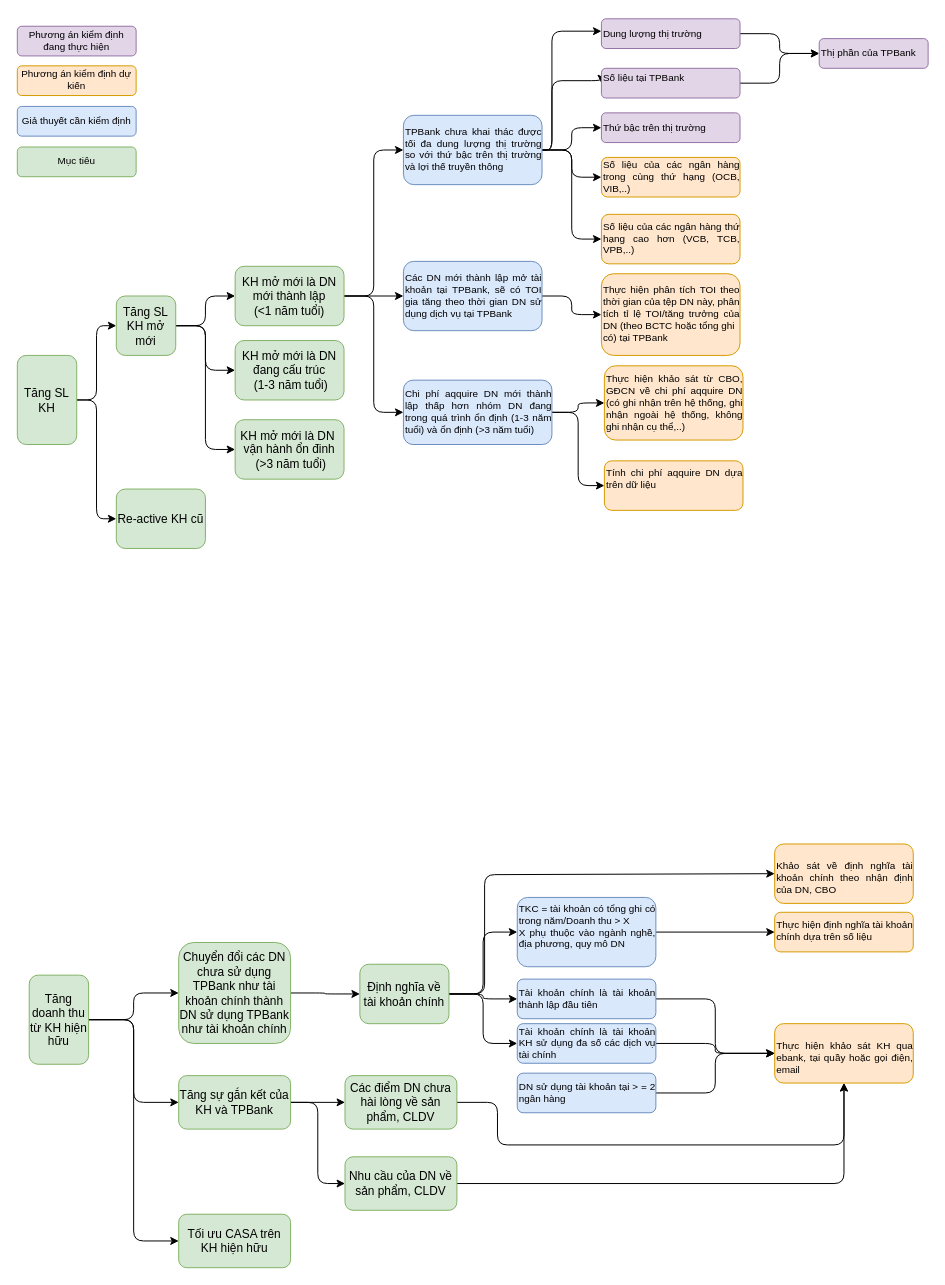
Above: tree map.drawio in ddv245/applied-data-science-cap-stone (draw.io), before the change. Source tidied: cells renumbered, new cells numbered last; positions are measured from the earlier drawing's top-left corner, leaving out a move shared by most shapes. Both pictures are drawn from the tidied source at 99%, with x=0, y=0 at pixel (17, 18).
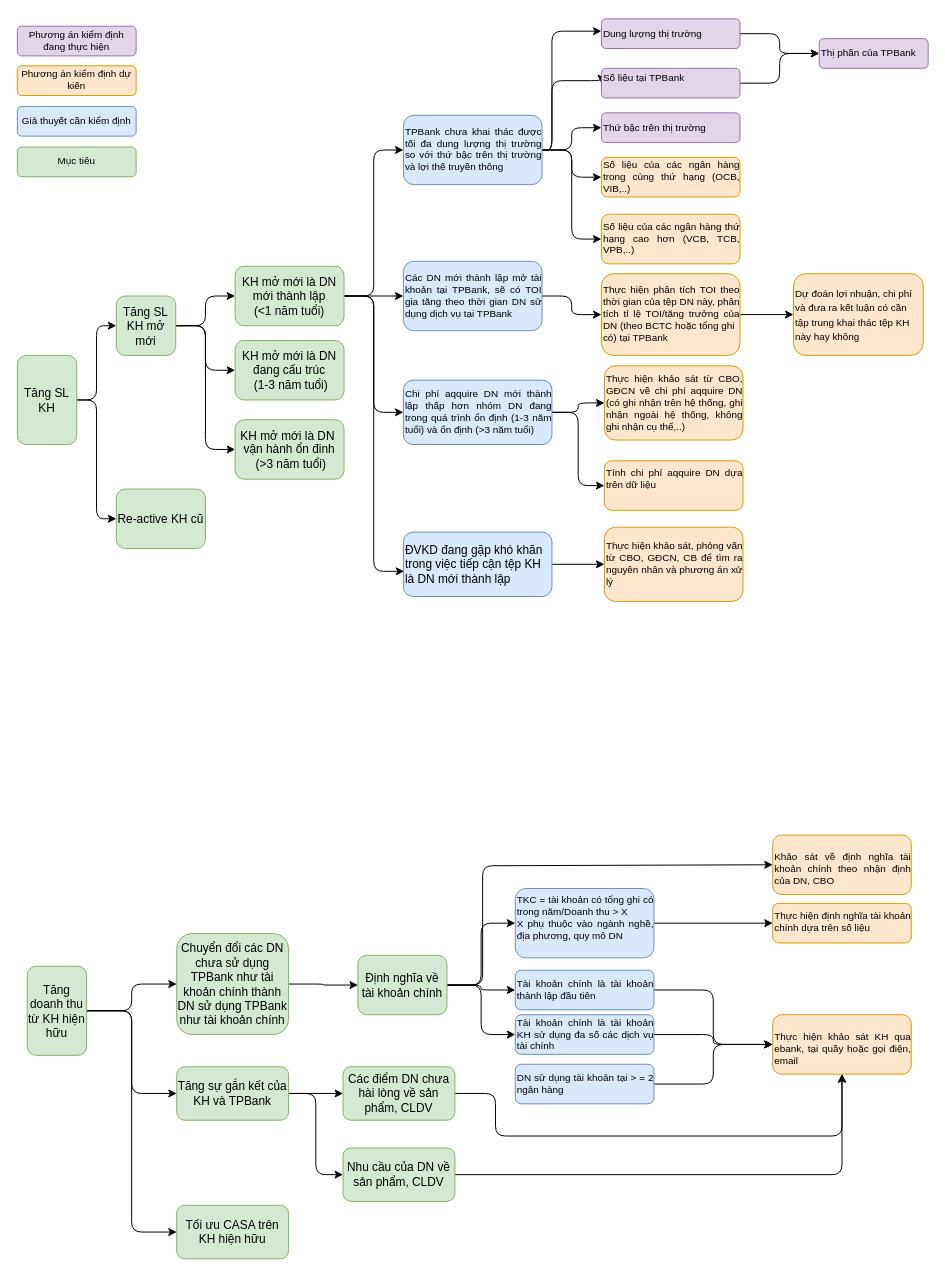
The same page after the edit.

Unchanged cells that the change refers to:
```xml
<mxCell id="13" value="&lt;p style=&quot;margin-top: 0pt; margin-bottom: 0pt; margin-left: 0in; direction: ltr; unicode-bidi: embed; word-break: normal; font-size: 10px;&quot;&gt;&lt;/p&gt;&lt;div style=&quot;text-align: justify; font-size: 10px;&quot;&gt;&lt;p&gt;Thực hiện phân tích TOI theo thời gian của tệp DN này, phân tích tỉ lệ TOI/tăng trưởng của DN (theo BCTC hoặc tổng ghi&lt;br&gt;có) tại TPBank&lt;/p&gt;&lt;/div&gt;&lt;p&gt;&lt;/p&gt;" style="rounded=1;whiteSpace=wrap;html=1;fillColor=#ffe6cc;strokeColor=#d79b00;align=left;verticalAlign=middle;" parent="1" vertex="1">
  <mxGeometry x="590" y="258" width="140" height="82.5" as="geometry" />
</mxCell>
<mxCell id="54" value="KH mở mới là DN mới thành lập &lt;br&gt;(&amp;lt;1 năm tuổi)" style="rounded=1;whiteSpace=wrap;html=1;fillColor=#d5e8d4;strokeColor=#82b366;" parent="1" vertex="1">
  <mxGeometry x="220" y="250.5" width="110" height="60" as="geometry" />
</mxCell>
```

What changed in the source:
```diff
@@
     <mxCell id="5" style="edgeStyle=orthogonalEdgeStyle;rounded=1;jettySize=auto;html=1;entryX=0;entryY=0.5;entryDx=0;entryDy=0;exitX=1;exitY=0.5;exitDx=0;exitDy=0;" parent="1" edge="1" source="6" target="10">
       <mxGeometry relative="1" as="geometry">
         <Array as="points">
-          <mxPoint x="472" y="986" />
-          <mxPoint x="472" y="865" />
+          <mxPoint x="470" y="977" />
+          <mxPoint x="470" y="856" />
         </Array>
       </mxGeometry>
     </mxCell>
     <mxCell id="6" value="&lt;p style=&quot;margin-top: 0pt; margin-bottom: 0pt; margin-left: 0in; direction: ltr; unicode-bidi: embed; word-break: normal;&quot;&gt;Định nghĩa về tài khoản chính&lt;/p&gt;" style="rounded=1;whiteSpace=wrap;html=1;fillColor=#d5e8d4;strokeColor=#82b366;" parent="1" vertex="1">
-      <mxGeometry x="346" y="955.5" width="90" height="60" as="geometry" />
+      <mxGeometry x="344" y="946.5" width="90" height="60" as="geometry" />
     </mxCell>
@@
     <mxCell id="8" value="&lt;p style=&quot;margin-top: 0pt; margin-bottom: 0pt; margin-left: 0in; direction: ltr; unicode-bidi: embed; word-break: normal; font-size: 10px;&quot;&gt;&lt;/p&gt;&lt;div style=&quot;text-align: justify; font-size: 10px;&quot;&gt;&lt;span style=&quot;background-color: initial;&quot;&gt;&lt;font style=&quot;font-size: 10px;&quot;&gt;TKC = tài khoản có tổng ghi có trong&amp;nbsp;&lt;/font&gt;&lt;/span&gt;&lt;span style=&quot;background-color: initial;&quot;&gt;năm/Doanh thu &amp;gt; X&lt;/span&gt;&lt;/div&gt;&lt;font style=&quot;font-size: 10px;&quot;&gt;&lt;div style=&quot;text-align: justify;&quot;&gt;&lt;span style=&quot;background-color: initial; font-family: Arial;&quot;&gt;X phụ thuộc vào ngành nghề, địa phương,&amp;nbsp;&lt;/span&gt;&lt;span style=&quot;background-color: initial; font-family: Arial;&quot;&gt;quy mô DN&lt;/span&gt;&lt;/div&gt;&lt;/font&gt;&lt;p&gt;&lt;/p&gt;" style="rounded=1;whiteSpace=wrap;html=1;fillColor=#dae8fc;strokeColor=#6c8ebf;align=left;verticalAlign=middle;" parent="1" vertex="1">
-      <mxGeometry x="505" y="888" width="140" height="70" as="geometry" />
+      <mxGeometry x="503" y="879" width="140" height="70" as="geometry" />
     </mxCell>
     <mxCell id="9" value="&lt;p style=&quot;margin-top: 0pt; margin-bottom: 0pt; margin-left: 0in; direction: ltr; unicode-bidi: embed; word-break: normal; font-size: 10px;&quot;&gt;&lt;/p&gt;&lt;div style=&quot;text-align: justify; font-size: 10px;&quot;&gt;&lt;div&gt;Thực hiện định nghĩa tài khoản chính dựa trên số liệu&lt;/div&gt;&lt;/div&gt;&lt;p&gt;&lt;/p&gt;" style="rounded=1;whiteSpace=wrap;html=1;fillColor=#ffe6cc;strokeColor=#d79b00;align=left;verticalAlign=top;horizontal=1;" parent="1" vertex="1">
-      <mxGeometry x="765" y="903" width="140" height="40" as="geometry" />
+      <mxGeometry x="763" y="894" width="140" height="40" as="geometry" />
     </mxCell>
     <mxCell id="10" value="&lt;p style=&quot;margin-top: 0pt; margin-bottom: 0pt; margin-left: 0in; direction: ltr; unicode-bidi: embed; word-break: normal; font-size: 10px;&quot;&gt;&lt;/p&gt;&lt;div style=&quot;text-align: justify; font-size: 10px;&quot;&gt;&lt;p&gt;Khảo sát về định nghĩa tài khoản chính theo nhận định của DN, CBO&lt;/p&gt;&lt;/div&gt;&lt;p&gt;&lt;/p&gt;" style="rounded=1;whiteSpace=wrap;html=1;fillColor=#ffe6cc;strokeColor=#d79b00;align=left;verticalAlign=top;horizontal=1;" parent="1" vertex="1">
-      <mxGeometry x="765" y="834" width="140" height="60" as="geometry" />
+      <mxGeometry x="763" y="825" width="140" height="60" as="geometry" />
     </mxCell>
@@
+    <mxCell id="72" style="edgeStyle=orthogonalEdgeStyle;rounded=1;jettySize=auto;html=1;" parent="1" edge="1" source="13" target="74">
+      <mxGeometry relative="1" as="geometry" />
+    </mxCell>
@@
     <mxCell id="28" value="&lt;p style=&quot;margin-top: 0pt; margin-bottom: 0pt; margin-left: 0in; direction: ltr; unicode-bidi: embed; word-break: normal; font-size: 10px;&quot;&gt;&lt;/p&gt;&lt;div style=&quot;text-align: justify; font-size: 10px;&quot;&gt;&lt;p&gt;Tài khoản chính là tài khoản thành lập đầu tiên&lt;/p&gt;&lt;/div&gt;&lt;p&gt;&lt;/p&gt;" style="rounded=1;whiteSpace=wrap;html=1;fillColor=#dae8fc;strokeColor=#6c8ebf;align=left;verticalAlign=middle;" parent="1" vertex="1">
-      <mxGeometry x="505" y="970.5" width="140" height="40" as="geometry" />
+      <mxGeometry x="503" y="961.5" width="140" height="40" as="geometry" />
     </mxCell>
@@
     <mxCell id="30" value="&lt;p style=&quot;margin-top: 0pt; margin-bottom: 0pt; margin-left: 0in; direction: ltr; unicode-bidi: embed; word-break: normal; font-size: 10px;&quot;&gt;&lt;/p&gt;&lt;div style=&quot;text-align: justify; font-size: 10px;&quot;&gt;&lt;p&gt;DN sử dụng tài khoản tại &amp;gt; = 2 ngân hàng&lt;/p&gt;&lt;/div&gt;&lt;p&gt;&lt;/p&gt;" style="rounded=1;whiteSpace=wrap;html=1;fillColor=#dae8fc;strokeColor=#6c8ebf;align=left;verticalAlign=middle;" parent="1" vertex="1">
-      <mxGeometry x="505" y="1065.5" width="140" height="40" as="geometry" />
+      <mxGeometry x="503" y="1056.5" width="140" height="40" as="geometry" />
     </mxCell>
@@
     <mxCell id="32" value="&lt;p style=&quot;margin-top: 0pt; margin-bottom: 0pt; margin-left: 0in; direction: ltr; unicode-bidi: embed; word-break: normal; font-size: 10px;&quot;&gt;&lt;/p&gt;&lt;div style=&quot;text-align: justify; font-size: 10px;&quot;&gt;&lt;p&gt;Tài khoản chính là tài khoản KH sử dụng đa số các dịch vụ tài chính&lt;/p&gt;&lt;/div&gt;&lt;p&gt;&lt;/p&gt;" style="rounded=1;whiteSpace=wrap;html=1;fillColor=#dae8fc;strokeColor=#6c8ebf;align=left;verticalAlign=middle;" parent="1" vertex="1">
-      <mxGeometry x="505" y="1015.5" width="140" height="40" as="geometry" />
+      <mxGeometry x="503" y="1006.5" width="140" height="40" as="geometry" />
     </mxCell>
     <mxCell id="33" value="&lt;p style=&quot;margin-top: 0pt; margin-bottom: 0pt; margin-left: 0in; direction: ltr; unicode-bidi: embed; word-break: normal; font-size: 10px;&quot;&gt;&lt;/p&gt;&lt;div style=&quot;text-align: justify; font-size: 10px;&quot;&gt;&lt;p&gt;Thực hiện khảo sát KH qua ebank, tại quầy hoặc gọi điện, email&lt;/p&gt;&lt;/div&gt;&lt;p&gt;&lt;/p&gt;" style="rounded=1;whiteSpace=wrap;html=1;fillColor=#ffe6cc;strokeColor=#d79b00;align=left;verticalAlign=top;horizontal=1;" parent="1" vertex="1">
-      <mxGeometry x="765" y="1015.5" width="140" height="60" as="geometry" />
+      <mxGeometry x="763" y="1006.5" width="140" height="60" as="geometry" />
     </mxCell>
@@
+    <mxCell id="73" style="edgeStyle=orthogonalEdgeStyle;rounded=1;jettySize=auto;html=1;entryX=0.005;entryY=0.609;entryDx=0;entryDy=0;entryPerimeter=0;" parent="1" edge="1" source="54" target="76">
+      <mxGeometry relative="1" as="geometry" />
+    </mxCell>
@@
     <mxCell id="61" value="&lt;p style=&quot;margin-top: 0pt; margin-bottom: 0pt; margin-left: 0in; direction: ltr; unicode-bidi: embed; word-break: normal;&quot;&gt;Tăng doanh thu từ KH hiện hữu&lt;/p&gt;" style="rounded=1;whiteSpace=wrap;html=1;fillColor=#d5e8d4;strokeColor=#82b366;" parent="1" vertex="1">
-      <mxGeometry x="12" y="966.5" width="60" height="90" as="geometry" />
+      <mxGeometry x="10" y="957.5" width="60" height="90" as="geometry" />
     </mxCell>
@@
     <mxCell id="63" value="&lt;p style=&quot;margin-top: 0pt; margin-bottom: 0pt; margin-left: 0in; direction: ltr; unicode-bidi: embed; word-break: normal;&quot;&gt;Chuyển đổi các DN chưa sử dụng TPBank như tài khoản chính thành DN sử dụng TPBank như tài khoản chính&lt;/p&gt;" style="rounded=1;whiteSpace=wrap;html=1;fillColor=#d5e8d4;strokeColor=#82b366;" parent="1" vertex="1">
-      <mxGeometry x="163" y="933.5" width="113" height="102" as="geometry" />
+      <mxGeometry x="161" y="924.5" width="113" height="102" as="geometry" />
     </mxCell>
@@
     <mxCell id="66" value="&lt;p style=&quot;margin-top: 0pt; margin-bottom: 0pt; margin-left: 0in; direction: ltr; unicode-bidi: embed; word-break: normal;&quot;&gt;Tăng sự gắn kết của KH và TPBank&lt;/p&gt;" style="rounded=1;whiteSpace=wrap;html=1;fillColor=#d5e8d4;strokeColor=#82b366;" parent="1" vertex="1">
-      <mxGeometry x="163" y="1068" width="113" height="54" as="geometry" />
+      <mxGeometry x="161" y="1059" width="113" height="54" as="geometry" />
     </mxCell>
     <mxCell id="67" style="edgeStyle=orthogonalEdgeStyle;rounded=1;jettySize=auto;html=1;" parent="1" edge="1" source="68" target="33">
       <mxGeometry relative="1" as="geometry">
         <Array as="points">
-          <mxPoint x="485" y="1095" />
-          <mxPoint x="485" y="1138" />
-          <mxPoint x="835" y="1138" />
+          <mxPoint x="483" y="1086" />
+          <mxPoint x="483" y="1129" />
+          <mxPoint x="833" y="1129" />
         </Array>
       </mxGeometry>
     </mxCell>
     <mxCell id="68" value="&lt;p style=&quot;margin-top: 0pt; margin-bottom: 0pt; margin-left: 0in; direction: ltr; unicode-bidi: embed; word-break: normal;&quot;&gt;Các điểm DN chưa hài lòng về sản phẩm, CLDV&lt;/p&gt;" style="rounded=1;whiteSpace=wrap;html=1;fillColor=#d5e8d4;strokeColor=#82b366;" parent="1" vertex="1">
-      <mxGeometry x="331" y="1068" width="113" height="54" as="geometry" />
+      <mxGeometry x="329" y="1059" width="113" height="54" as="geometry" />
     </mxCell>
@@
     <mxCell id="70" value="&lt;p style=&quot;margin-top: 0pt; margin-bottom: 0pt; margin-left: 0in; direction: ltr; unicode-bidi: embed; word-break: normal;&quot;&gt;Nhu cầu của DN về sản phẩm, CLDV&lt;/p&gt;" style="rounded=1;whiteSpace=wrap;html=1;fillColor=#d5e8d4;strokeColor=#82b366;" parent="1" vertex="1">
-      <mxGeometry x="331" y="1150" width="113" height="54" as="geometry" />
+      <mxGeometry x="329" y="1141" width="113" height="54" as="geometry" />
     </mxCell>
     <mxCell id="71" value="&lt;p style=&quot;margin-top: 0pt; margin-bottom: 0pt; margin-left: 0in; direction: ltr; unicode-bidi: embed; word-break: normal;&quot;&gt;Tối ưu CASA trên KH hiện hữu&lt;/p&gt;" style="rounded=1;whiteSpace=wrap;html=1;fillColor=#d5e8d4;strokeColor=#82b366;" parent="1" vertex="1">
-      <mxGeometry x="163" y="1208" width="113" height="54" as="geometry" />
+      <mxGeometry x="161" y="1199" width="113" height="54" as="geometry" />
     </mxCell>
+    <mxCell id="74" value="&lt;font style=&quot;font-size: 10px;&quot;&gt;Dự đoán lợi nhuận, chi phí và đưa ra kết luận có cần tập trung khai thác tệp KH này hay không&lt;/font&gt;" style="rounded=1;whiteSpace=wrap;html=1;fillColor=#ffe6cc;strokeColor=#d79b00;align=left;verticalAlign=middle;" parent="1" vertex="1">
+      <mxGeometry x="784" y="258" width="131" height="82.5" as="geometry" />
+    </mxCell>
+    <mxCell id="75" style="edgeStyle=orthogonalEdgeStyle;rounded=1;jettySize=auto;html=1;" parent="1" edge="1" source="76" target="77">
+      <mxGeometry relative="1" as="geometry" />
+    </mxCell>
+    <mxCell id="76" value="ĐVKD đang gặp khó khăn trong việc tiếp cận tệp KH là DN mới thành lập" style="rounded=1;whiteSpace=wrap;html=1;fillColor=#dae8fc;strokeColor=#6c8ebf;align=left;verticalAlign=middle;" parent="1" vertex="1">
+      <mxGeometry x="390" y="519" width="150" height="65" as="geometry" />
+    </mxCell>
+    <mxCell id="77" value="&lt;p style=&quot;margin-top: 0pt; margin-bottom: 0pt; margin-left: 0in; direction: ltr; unicode-bidi: embed; word-break: normal; font-size: 10px;&quot;&gt;&lt;/p&gt;&lt;div style=&quot;text-align: justify; font-size: 10px;&quot;&gt;&lt;p&gt;Thực hiện khảo sát, phỏng vấn từ CBO, GĐCN, CB để tìm ra nguyên nhân và phương án xử lý&lt;/p&gt;&lt;/div&gt;&lt;p&gt;&lt;/p&gt;" style="rounded=1;whiteSpace=wrap;html=1;fillColor=#ffe6cc;strokeColor=#d79b00;align=left;verticalAlign=middle;" parent="1" vertex="1">
+      <mxGeometry x="593" y="514" width="140" height="75" as="geometry" />
+    </mxCell>
```
